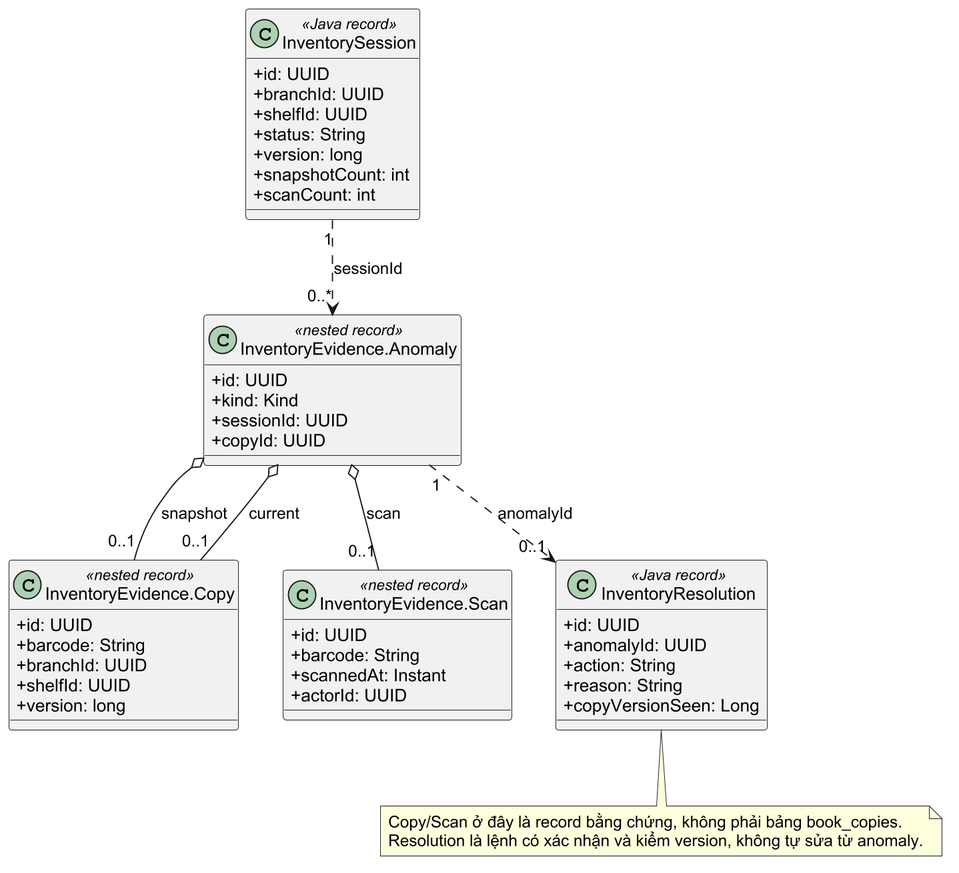
Earlier version of the PlantUML export ho-so-nop-bai/bao-cao/hinh/class-inventory.png (Shuuma4869/He-thong-quan-ly-va-khai-thac-thu-vien). Source of this version:
```plantuml
@startuml
skinparam shadowing false
skinparam dpi 180
skinparam defaultFontName "Arial"
skinparam classAttributeIconSize 0
class InventorySession <<Java record>> {
  +id: UUID
  +branchId: UUID
  +shelfId: UUID
  +status: String
  +version: long
  +snapshotCount: int
  +scanCount: int
}
class "InventoryEvidence.Copy" as Copy <<nested record>> {
  +id: UUID
  +barcode: String
  +branchId: UUID
  +shelfId: UUID
  +version: long
}
class "InventoryEvidence.Scan" as Scan <<nested record>> {
  +id: UUID
  +barcode: String
  +scannedAt: Instant
  +actorId: UUID
}
class "InventoryEvidence.Anomaly" as Anomaly <<nested record>> {
  +id: UUID
  +kind: Kind
  +sessionId: UUID
  +copyId: UUID
}
class InventoryResolution <<Java record>> {
  +id: UUID
  +anomalyId: UUID
  +action: String
  +reason: String
  +copyVersionSeen: Long
}
InventorySession "1" ..> "0..*" Anomaly : sessionId
Anomaly o-- "0..1" Copy : snapshot
Anomaly o-- "0..1" Copy : current
Anomaly o-- "0..1" Scan : scan
Anomaly "1" ..> "0..1" InventoryResolution : anomalyId
note bottom
  Copy/Scan ở đây là record bằng chứng, không phải bảng book_copies.
  Resolution là lệnh có xác nhận và kiểm version, không tự sửa từ anomaly.
end note
@enduml
```
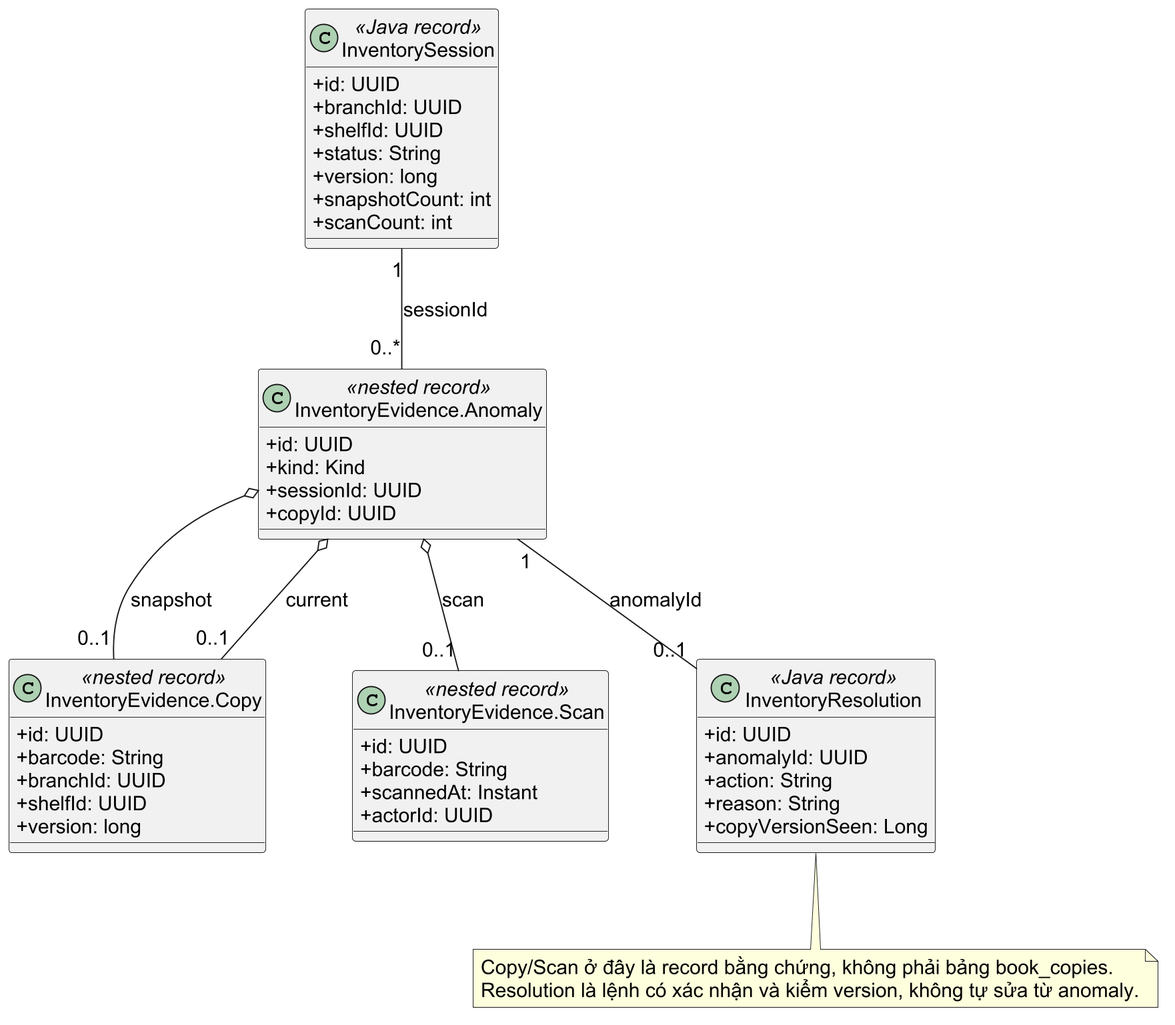
The same file after the commit.

Diff of the diagram source:
```diff
@@ -2,6 +2,9 @@
 skinparam shadowing false
 skinparam dpi 180
 skinparam defaultFontName "Arial"
+skinparam defaultFontSize 16
+skinparam nodesep 70
+skinparam ranksep 75
 skinparam classAttributeIconSize 0
 class InventorySession <<Java record>> {
   +id: UUID
@@ -38,11 +41,11 @@
   +reason: String
   +copyVersionSeen: Long
 }
-InventorySession "1" ..> "0..*" Anomaly : sessionId
+InventorySession "1" -- "0..*" Anomaly : sessionId
 Anomaly o-- "0..1" Copy : snapshot
 Anomaly o-- "0..1" Copy : current
 Anomaly o-- "0..1" Scan : scan
-Anomaly "1" ..> "0..1" InventoryResolution : anomalyId
+Anomaly "1" -- "0..1" InventoryResolution : anomalyId
 note bottom
   Copy/Scan ở đây là record bằng chứng, không phải bảng book_copies.
   Resolution là lệnh có xác nhận và kiểm version, không tự sửa từ anomaly.
```
